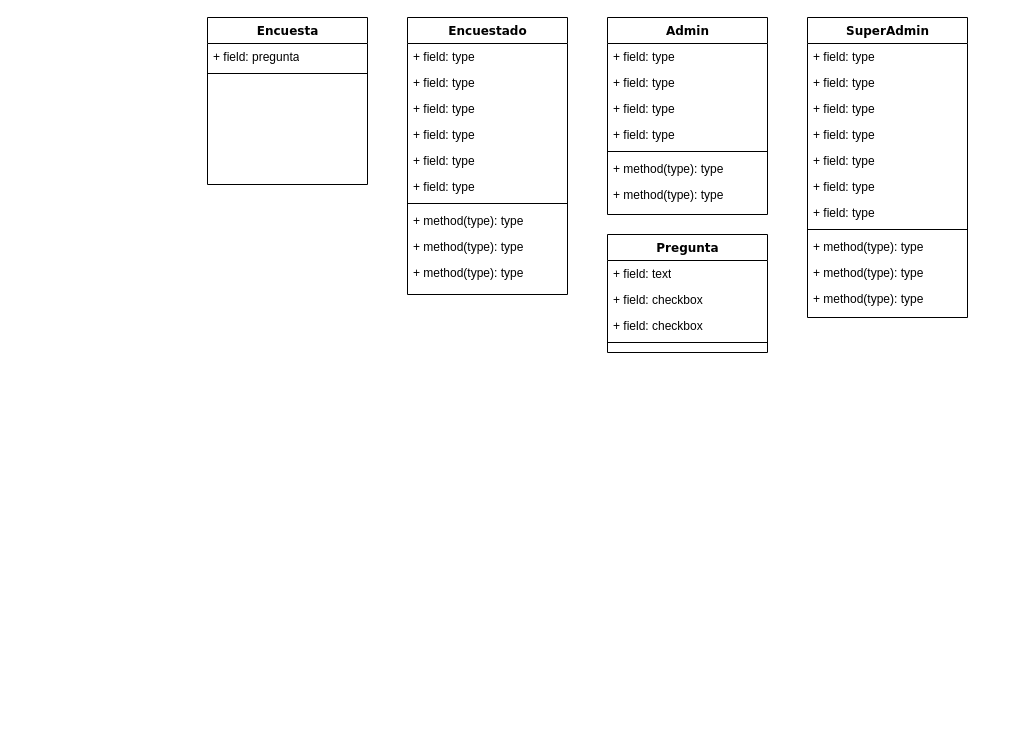
The draw.io diagram Diagrama sin título.drawio in cuerojr/analytics-google, before the edit. Source tidied: cells renumbered, new cells numbered last; positions are measured from the earlier drawing's top-left corner, leaving out a move shared by most shapes. Both pictures are drawn from the tidied source at 100%, with x=0, y=0 at pixel (207, 17).
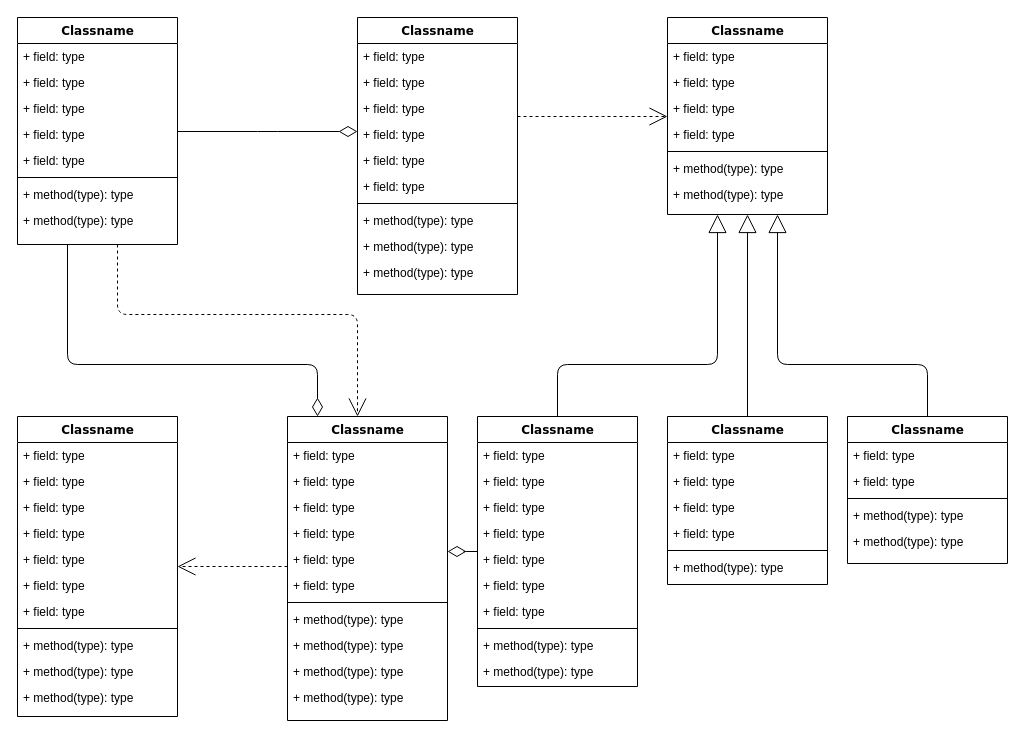
The same page after the edit.

Change to the diagram source:
```diff
@@
+    <mxCell id="41" style="edgeStyle=orthogonalEdgeStyle;html=1;labelBackgroundColor=none;startFill=0;startSize=8;endArrow=open;endFill=0;endSize=16;fontFamily=Verdana;fontSize=12;dashed=1;" parent="1" edge="1" source="2" target="36">
+      <mxGeometry relative="1" as="geometry">
+        <Array as="points">
+          <mxPoint x="-90" y="297" />
+          <mxPoint x="150" y="297" />
+        </Array>
+      </mxGeometry>
+    </mxCell>
+    <mxCell id="42" style="edgeStyle=orthogonalEdgeStyle;html=1;labelBackgroundColor=none;startFill=0;startSize=8;endArrow=diamondThin;endFill=0;endSize=16;fontFamily=Verdana;fontSize=12;" parent="1" edge="1" source="2" target="36">
+      <mxGeometry relative="1" as="geometry">
+        <Array as="points">
+          <mxPoint x="-140" y="347" />
+          <mxPoint x="110" y="347" />
+        </Array>
+      </mxGeometry>
+    </mxCell>
-    <mxCell id="2" value="Encuesta" style="swimlane;html=1;fontStyle=1;align=center;verticalAlign=top;horizontal=1;startSize=26;swimlaneFillColor=#ffffff;rounded=0;shadow=0;comic=0;labelBackgroundColor=none;strokeWidth=1;fillColor=none;fontFamily=Verdana;fontSize=12;" parent="1" vertex="1">
-      <mxGeometry width="160" height="167" as="geometry" />
+    <mxCell id="2" value="Classname" style="swimlane;html=1;fontStyle=1;align=center;verticalAlign=top;horizontal=1;startSize=26;swimlaneFillColor=#ffffff;rounded=0;shadow=0;comic=0;labelBackgroundColor=none;strokeWidth=1;fillColor=none;fontFamily=Verdana;fontSize=12;" parent="1" vertex="1">
+      <mxGeometry x="-190" width="160" height="227" as="geometry" />
     </mxCell>
+    <mxCell id="43" value="+ field: type" style="text;html=1;strokeColor=none;fillColor=none;align=left;verticalAlign=top;spacingLeft=4;spacingRight=4;whiteSpace=wrap;overflow=hidden;" parent="2" vertex="1">
+      <mxGeometry y="26" width="160" height="26" as="geometry" />
+    </mxCell>
-    <mxCell id="3" value="+ field: pregunta" style="text;html=1;strokeColor=none;fillColor=none;align=left;verticalAlign=top;spacingLeft=4;spacingRight=4;whiteSpace=wrap;overflow=hidden;" parent="2" vertex="1">
-      <mxGeometry y="26" width="160" height="26" as="geometry" />
+    <mxCell id="3" value="+ field: type" style="text;html=1;strokeColor=none;fillColor=none;align=left;verticalAlign=top;spacingLeft=4;spacingRight=4;whiteSpace=wrap;overflow=hidden;" parent="2" vertex="1">
+      <mxGeometry y="52" width="160" height="26" as="geometry" />
     </mxCell>
+    <mxCell id="44" value="+ field: type" style="text;html=1;strokeColor=none;fillColor=none;align=left;verticalAlign=top;spacingLeft=4;spacingRight=4;whiteSpace=wrap;overflow=hidden;" parent="2" vertex="1">
+      <mxGeometry y="78" width="160" height="26" as="geometry" />
+    </mxCell>
+    <mxCell id="45" value="+ field: type" style="text;html=1;strokeColor=none;fillColor=none;align=left;verticalAlign=top;spacingLeft=4;spacingRight=4;whiteSpace=wrap;overflow=hidden;" parent="2" vertex="1">
+      <mxGeometry y="104" width="160" height="26" as="geometry" />
+    </mxCell>
+    <mxCell id="46" value="+ field: type" style="text;html=1;strokeColor=none;fillColor=none;align=left;verticalAlign=top;spacingLeft=4;spacingRight=4;whiteSpace=wrap;overflow=hidden;" parent="2" vertex="1">
+      <mxGeometry y="130" width="160" height="26" as="geometry" />
+    </mxCell>
     <mxCell id="4" style="line;html=1;strokeWidth=1;fillColor=none;align=left;verticalAlign=middle;spacingTop=-1;spacingLeft=3;spacingRight=3;labelPosition=right;" parent="2" vertex="1">
-      <mxGeometry y="52" width="160" height="8" as="geometry" />
+      <mxGeometry y="156" width="160" height="8" as="geometry" />
     </mxCell>
+    <mxCell id="47" value="+ method(type): type" style="text;html=1;strokeColor=none;fillColor=none;align=left;verticalAlign=top;spacingLeft=4;spacingRight=4;whiteSpace=wrap;overflow=hidden;" parent="2" vertex="1">
+      <mxGeometry y="164" width="160" height="26" as="geometry" />
+    </mxCell>
+    <mxCell id="48" value="+ method(type): type" style="text;html=1;strokeColor=none;fillColor=none;align=left;verticalAlign=top;spacingLeft=4;spacingRight=4;whiteSpace=wrap;overflow=hidden;" parent="2" vertex="1">
+      <mxGeometry y="190" width="160" height="26" as="geometry" />
+    </mxCell>
+    <mxCell id="49" style="edgeStyle=elbowEdgeStyle;html=1;labelBackgroundColor=none;startFill=0;startSize=8;endArrow=open;endFill=0;endSize=16;fontFamily=Verdana;fontSize=12;elbow=vertical;dashed=1;" parent="1" edge="1" source="5" target="16">
+      <mxGeometry relative="1" as="geometry" />
+    </mxCell>
-    <mxCell id="5" value="Encuestado" style="swimlane;html=1;fontStyle=1;align=center;verticalAlign=top;horizontal=1;startSize=26;swimlaneFillColor=#ffffff;rounded=0;shadow=0;comic=0;labelBackgroundColor=none;strokeWidth=1;fillColor=none;fontFamily=Verdana;fontSize=12;" parent="1" vertex="1">
-      <mxGeometry x="200" width="160" height="277" as="geometry" />
+    <mxCell id="5" value="Classname" style="swimlane;html=1;fontStyle=1;align=center;verticalAlign=top;horizontal=1;startSize=26;swimlaneFillColor=#ffffff;rounded=0;shadow=0;comic=0;labelBackgroundColor=none;strokeWidth=1;fillColor=none;fontFamily=Verdana;fontSize=12;" parent="1" vertex="1">
+      <mxGeometry x="150" width="160" height="277" as="geometry" />
     </mxCell>
@@
-    <mxCell id="16" value="Admin" style="swimlane;html=1;fontStyle=1;align=center;verticalAlign=top;horizontal=1;startSize=26;swimlaneFillColor=#ffffff;rounded=0;shadow=0;comic=0;labelBackgroundColor=none;strokeWidth=1;fillColor=none;fontFamily=Verdana;fontSize=12;" parent="1" vertex="1">
-      <mxGeometry x="400" width="160" height="197" as="geometry" />
+    <mxCell id="16" value="Classname" style="swimlane;html=1;fontStyle=1;align=center;verticalAlign=top;horizontal=1;startSize=26;swimlaneFillColor=#ffffff;rounded=0;shadow=0;comic=0;labelBackgroundColor=none;strokeWidth=1;fillColor=none;fontFamily=Verdana;fontSize=12;" parent="1" vertex="1">
+      <mxGeometry x="460" width="160" height="197" as="geometry" />
     </mxCell>
@@
+    <mxCell id="50" style="edgeStyle=elbowEdgeStyle;html=1;labelBackgroundColor=none;startFill=0;startSize=8;endArrow=open;endFill=0;endSize=16;fontFamily=Verdana;fontSize=12;elbow=vertical;dashed=1;" parent="1" edge="1" source="36" target="24">
+      <mxGeometry relative="1" as="geometry" />
+    </mxCell>
-    <mxCell id="24" value="SuperAdmin" style="swimlane;html=1;fontStyle=1;align=center;verticalAlign=top;horizontal=1;startSize=26;swimlaneFillColor=#ffffff;rounded=0;shadow=0;comic=0;labelBackgroundColor=none;strokeWidth=1;fillColor=none;fontFamily=Verdana;fontSize=12;" parent="1" vertex="1">
-      <mxGeometry x="600" width="160" height="300" as="geometry" />
+    <mxCell id="24" value="Classname" style="swimlane;html=1;fontStyle=1;align=center;verticalAlign=top;horizontal=1;startSize=26;swimlaneFillColor=#ffffff;rounded=0;shadow=0;comic=0;labelBackgroundColor=none;strokeWidth=1;fillColor=none;fontFamily=Verdana;fontSize=12;" parent="1" vertex="1">
+      <mxGeometry x="-190" y="399" width="160" height="300" as="geometry" />
     </mxCell>
@@
+    <mxCell id="51" style="edgeStyle=elbowEdgeStyle;html=1;labelBackgroundColor=none;startFill=0;startSize=8;endArrow=diamondThin;endFill=0;endSize=16;fontFamily=Verdana;fontSize=12;elbow=vertical;" parent="1" edge="1" source="61" target="36">
+      <mxGeometry relative="1" as="geometry" />
+    </mxCell>
-    <mxCell id="36" value="Pregunta" style="swimlane;html=1;fontStyle=1;align=center;verticalAlign=top;horizontal=1;startSize=26;swimlaneFillColor=#ffffff;rounded=0;shadow=0;comic=0;labelBackgroundColor=none;strokeWidth=1;fillColor=none;fontFamily=Verdana;fontSize=12;" parent="1" vertex="1">
-      <mxGeometry x="400" y="217" width="160" height="118" as="geometry" />
+    <mxCell id="36" value="Classname" style="swimlane;html=1;fontStyle=1;align=center;verticalAlign=top;horizontal=1;startSize=26;swimlaneFillColor=#ffffff;rounded=0;shadow=0;comic=0;labelBackgroundColor=none;strokeWidth=1;fillColor=none;fontFamily=Verdana;fontSize=12;" parent="1" vertex="1">
+      <mxGeometry x="80" y="399" width="160" height="304" as="geometry" />
     </mxCell>
-    <mxCell id="37" value="+ field: text" style="text;html=1;strokeColor=none;fillColor=none;align=left;verticalAlign=top;spacingLeft=4;spacingRight=4;whiteSpace=wrap;overflow=hidden;" parent="36" vertex="1">
+    <mxCell id="37" value="+ field: type" style="text;html=1;strokeColor=none;fillColor=none;align=left;verticalAlign=top;spacingLeft=4;spacingRight=4;whiteSpace=wrap;overflow=hidden;" parent="36" vertex="1">
       <mxGeometry y="26" width="160" height="26" as="geometry" />
     </mxCell>
-    <mxCell id="38" value="+ field: checkbox" style="text;html=1;strokeColor=none;fillColor=none;align=left;verticalAlign=top;spacingLeft=4;spacingRight=4;whiteSpace=wrap;overflow=hidden;" parent="36" vertex="1">
+    <mxCell id="38" value="+ field: type" style="text;html=1;strokeColor=none;fillColor=none;align=left;verticalAlign=top;spacingLeft=4;spacingRight=4;whiteSpace=wrap;overflow=hidden;" parent="36" vertex="1">
       <mxGeometry y="52" width="160" height="26" as="geometry" />
     </mxCell>
-    <mxCell id="39" value="+ field: checkbox" style="text;html=1;strokeColor=none;fillColor=none;align=left;verticalAlign=top;spacingLeft=4;spacingRight=4;whiteSpace=wrap;overflow=hidden;" parent="36" vertex="1">
-      <mxGeometry y="78" width="160" height="26" as="geometry" />
-    </mxCell>
+    <mxCell id="52" value="+ field: type" style="text;html=1;strokeColor=none;fillColor=none;align=left;verticalAlign=top;spacingLeft=4;spacingRight=4;whiteSpace=wrap;overflow=hidden;" parent="36" vertex="1">
+      <mxGeometry y="78" width="160" height="26" as="geometry" />
+    </mxCell>
+    <mxCell id="53" value="+ field: type" style="text;html=1;strokeColor=none;fillColor=none;align=left;verticalAlign=top;spacingLeft=4;spacingRight=4;whiteSpace=wrap;overflow=hidden;" parent="36" vertex="1">
+      <mxGeometry y="104" width="160" height="26" as="geometry" />
+    </mxCell>
+    <mxCell id="54" value="+ field: type" style="text;html=1;strokeColor=none;fillColor=none;align=left;verticalAlign=top;spacingLeft=4;spacingRight=4;whiteSpace=wrap;overflow=hidden;" parent="36" vertex="1">
+      <mxGeometry y="130" width="160" height="26" as="geometry" />
+    </mxCell>
+    <mxCell id="55" value="+ field: type" style="text;html=1;strokeColor=none;fillColor=none;align=left;verticalAlign=top;spacingLeft=4;spacingRight=4;whiteSpace=wrap;overflow=hidden;" parent="36" vertex="1">
+      <mxGeometry y="156" width="160" height="26" as="geometry" />
+    </mxCell>
     <mxCell id="40" style="line;html=1;strokeWidth=1;fillColor=none;align=left;verticalAlign=middle;spacingTop=-1;spacingLeft=3;spacingRight=3;labelPosition=right;" parent="36" vertex="1">
-      <mxGeometry y="104" width="160" height="8" as="geometry" />
+      <mxGeometry y="182" width="160" height="8" as="geometry" />
     </mxCell>
+    <mxCell id="56" value="+ method(type): type" style="text;html=1;strokeColor=none;fillColor=none;align=left;verticalAlign=top;spacingLeft=4;spacingRight=4;whiteSpace=wrap;overflow=hidden;" parent="36" vertex="1">
+      <mxGeometry y="190" width="160" height="26" as="geometry" />
+    </mxCell>
+    <mxCell id="57" value="+ method(type): type" style="text;html=1;strokeColor=none;fillColor=none;align=left;verticalAlign=top;spacingLeft=4;spacingRight=4;whiteSpace=wrap;overflow=hidden;" parent="36" vertex="1">
+      <mxGeometry y="216" width="160" height="26" as="geometry" />
+    </mxCell>
+    <mxCell id="58" value="+ method(type): type" style="text;html=1;strokeColor=none;fillColor=none;align=left;verticalAlign=top;spacingLeft=4;spacingRight=4;whiteSpace=wrap;overflow=hidden;" parent="36" vertex="1">
+      <mxGeometry y="242" width="160" height="26" as="geometry" />
+    </mxCell>
+    <mxCell id="59" value="+ method(type): type" style="text;html=1;strokeColor=none;fillColor=none;align=left;verticalAlign=top;spacingLeft=4;spacingRight=4;whiteSpace=wrap;overflow=hidden;" parent="36" vertex="1">
+      <mxGeometry y="268" width="160" height="26" as="geometry" />
+    </mxCell>
+    <mxCell id="60" style="edgeStyle=orthogonalEdgeStyle;html=1;labelBackgroundColor=none;startFill=0;startSize=8;endArrow=block;endFill=0;endSize=16;fontFamily=Verdana;fontSize=12;" parent="1" edge="1" source="61" target="16">
+      <mxGeometry relative="1" as="geometry">
+        <Array as="points">
+          <mxPoint x="350" y="347" />
+          <mxPoint x="510" y="347" />
+        </Array>
+      </mxGeometry>
+    </mxCell>
+    <mxCell id="61" value="Classname" style="swimlane;html=1;fontStyle=1;align=center;verticalAlign=top;horizontal=1;startSize=26;swimlaneFillColor=#ffffff;rounded=0;shadow=0;comic=0;labelBackgroundColor=none;strokeWidth=1;fillColor=none;fontFamily=Verdana;fontSize=12;" parent="1" vertex="1">
+      <mxGeometry x="270" y="399" width="160" height="270" as="geometry" />
+    </mxCell>
+    <mxCell id="62" value="+ field: type" style="text;html=1;strokeColor=none;fillColor=none;align=left;verticalAlign=top;spacingLeft=4;spacingRight=4;whiteSpace=wrap;overflow=hidden;" parent="61" vertex="1">
+      <mxGeometry y="26" width="160" height="26" as="geometry" />
+    </mxCell>
+    <mxCell id="63" value="+ field: type" style="text;html=1;strokeColor=none;fillColor=none;align=left;verticalAlign=top;spacingLeft=4;spacingRight=4;whiteSpace=wrap;overflow=hidden;" parent="61" vertex="1">
+      <mxGeometry y="52" width="160" height="26" as="geometry" />
+    </mxCell>
+    <mxCell id="64" value="+ field: type" style="text;html=1;strokeColor=none;fillColor=none;align=left;verticalAlign=top;spacingLeft=4;spacingRight=4;whiteSpace=wrap;overflow=hidden;" parent="61" vertex="1">
+      <mxGeometry y="78" width="160" height="26" as="geometry" />
+    </mxCell>
+    <mxCell id="65" value="+ field: type" style="text;html=1;strokeColor=none;fillColor=none;align=left;verticalAlign=top;spacingLeft=4;spacingRight=4;whiteSpace=wrap;overflow=hidden;" parent="61" vertex="1">
+      <mxGeometry y="104" width="160" height="26" as="geometry" />
+    </mxCell>
+    <mxCell id="66" value="+ field: type" style="text;html=1;strokeColor=none;fillColor=none;align=left;verticalAlign=top;spacingLeft=4;spacingRight=4;whiteSpace=wrap;overflow=hidden;" parent="61" vertex="1">
+      <mxGeometry y="130" width="160" height="26" as="geometry" />
+    </mxCell>
+    <mxCell id="67" value="+ field: type" style="text;html=1;strokeColor=none;fillColor=none;align=left;verticalAlign=top;spacingLeft=4;spacingRight=4;whiteSpace=wrap;overflow=hidden;" parent="61" vertex="1">
+      <mxGeometry y="156" width="160" height="26" as="geometry" />
+    </mxCell>
+    <mxCell id="68" value="+ field: type" style="text;html=1;strokeColor=none;fillColor=none;align=left;verticalAlign=top;spacingLeft=4;spacingRight=4;whiteSpace=wrap;overflow=hidden;" parent="61" vertex="1">
+      <mxGeometry y="182" width="160" height="26" as="geometry" />
+    </mxCell>
+    <mxCell id="69" style="line;html=1;strokeWidth=1;fillColor=none;align=left;verticalAlign=middle;spacingTop=-1;spacingLeft=3;spacingRight=3;labelPosition=right;" parent="61" vertex="1">
+      <mxGeometry y="208" width="160" height="8" as="geometry" />
+    </mxCell>
+    <mxCell id="70" value="+ method(type): type" style="text;html=1;strokeColor=none;fillColor=none;align=left;verticalAlign=top;spacingLeft=4;spacingRight=4;whiteSpace=wrap;overflow=hidden;" parent="61" vertex="1">
+      <mxGeometry y="216" width="160" height="26" as="geometry" />
+    </mxCell>
+    <mxCell id="71" value="+ method(type): type" style="text;html=1;strokeColor=none;fillColor=none;align=left;verticalAlign=top;spacingLeft=4;spacingRight=4;whiteSpace=wrap;overflow=hidden;" parent="61" vertex="1">
+      <mxGeometry y="242" width="160" height="26" as="geometry" />
+    </mxCell>
+    <mxCell id="72" style="edgeStyle=orthogonalEdgeStyle;html=1;labelBackgroundColor=none;startFill=0;startSize=8;endArrow=block;endFill=0;endSize=16;fontFamily=Verdana;fontSize=12;" parent="1" edge="1" source="73" target="16">
+      <mxGeometry relative="1" as="geometry" />
+    </mxCell>
+    <mxCell id="73" value="Classname" style="swimlane;html=1;fontStyle=1;align=center;verticalAlign=top;horizontal=1;startSize=26;swimlaneFillColor=#ffffff;rounded=0;shadow=0;comic=0;labelBackgroundColor=none;strokeWidth=1;fillColor=none;fontFamily=Verdana;fontSize=12;" parent="1" vertex="1">
+      <mxGeometry x="460" y="399" width="160" height="168" as="geometry" />
+    </mxCell>
+    <mxCell id="74" value="+ field: type" style="text;html=1;strokeColor=none;fillColor=none;align=left;verticalAlign=top;spacingLeft=4;spacingRight=4;whiteSpace=wrap;overflow=hidden;" parent="73" vertex="1">
+      <mxGeometry y="26" width="160" height="26" as="geometry" />
+    </mxCell>
+    <mxCell id="75" value="+ field: type" style="text;html=1;strokeColor=none;fillColor=none;align=left;verticalAlign=top;spacingLeft=4;spacingRight=4;whiteSpace=wrap;overflow=hidden;" parent="73" vertex="1">
+      <mxGeometry y="52" width="160" height="26" as="geometry" />
+    </mxCell>
+    <mxCell id="76" value="+ field: type" style="text;html=1;strokeColor=none;fillColor=none;align=left;verticalAlign=top;spacingLeft=4;spacingRight=4;whiteSpace=wrap;overflow=hidden;" parent="73" vertex="1">
+      <mxGeometry y="78" width="160" height="26" as="geometry" />
+    </mxCell>
+    <mxCell id="77" value="+ field: type" style="text;html=1;strokeColor=none;fillColor=none;align=left;verticalAlign=top;spacingLeft=4;spacingRight=4;whiteSpace=wrap;overflow=hidden;" parent="73" vertex="1">
+      <mxGeometry y="104" width="160" height="26" as="geometry" />
+    </mxCell>
+    <mxCell id="78" style="line;html=1;strokeWidth=1;fillColor=none;align=left;verticalAlign=middle;spacingTop=-1;spacingLeft=3;spacingRight=3;labelPosition=right;" parent="73" vertex="1">
+      <mxGeometry y="130" width="160" height="8" as="geometry" />
+    </mxCell>
+    <mxCell id="79" value="+ method(type): type" style="text;html=1;strokeColor=none;fillColor=none;align=left;verticalAlign=top;spacingLeft=4;spacingRight=4;whiteSpace=wrap;overflow=hidden;" parent="73" vertex="1">
+      <mxGeometry y="138" width="160" height="26" as="geometry" />
+    </mxCell>
+    <mxCell id="80" style="edgeStyle=orthogonalEdgeStyle;html=1;labelBackgroundColor=none;startFill=0;startSize=8;endArrow=block;endFill=0;endSize=16;fontFamily=Verdana;fontSize=12;" parent="1" edge="1" source="81" target="16">
+      <mxGeometry relative="1" as="geometry">
+        <Array as="points">
+          <mxPoint x="720" y="347" />
+          <mxPoint x="570" y="347" />
+        </Array>
+      </mxGeometry>
+    </mxCell>
+    <mxCell id="81" value="Classname" style="swimlane;html=1;fontStyle=1;align=center;verticalAlign=top;horizontal=1;startSize=26;swimlaneFillColor=#ffffff;rounded=0;shadow=0;comic=0;labelBackgroundColor=none;strokeWidth=1;fillColor=none;fontFamily=Verdana;fontSize=12;" parent="1" vertex="1">
+      <mxGeometry x="640" y="399" width="160" height="147" as="geometry" />
+    </mxCell>
+    <mxCell id="82" value="+ field: type" style="text;html=1;strokeColor=none;fillColor=none;align=left;verticalAlign=top;spacingLeft=4;spacingRight=4;whiteSpace=wrap;overflow=hidden;" parent="81" vertex="1">
+      <mxGeometry y="26" width="160" height="26" as="geometry" />
+    </mxCell>
+    <mxCell id="83" value="+ field: type" style="text;html=1;strokeColor=none;fillColor=none;align=left;verticalAlign=top;spacingLeft=4;spacingRight=4;whiteSpace=wrap;overflow=hidden;" parent="81" vertex="1">
+      <mxGeometry y="52" width="160" height="26" as="geometry" />
+    </mxCell>
+    <mxCell id="84" style="line;html=1;strokeWidth=1;fillColor=none;align=left;verticalAlign=middle;spacingTop=-1;spacingLeft=3;spacingRight=3;labelPosition=right;" parent="81" vertex="1">
+      <mxGeometry y="78" width="160" height="8" as="geometry" />
+    </mxCell>
+    <mxCell id="85" value="+ method(type): type" style="text;html=1;strokeColor=none;fillColor=none;align=left;verticalAlign=top;spacingLeft=4;spacingRight=4;whiteSpace=wrap;overflow=hidden;" parent="81" vertex="1">
+      <mxGeometry y="86" width="160" height="26" as="geometry" />
+    </mxCell>
+    <mxCell id="86" value="+ method(type): type" style="text;html=1;strokeColor=none;fillColor=none;align=left;verticalAlign=top;spacingLeft=4;spacingRight=4;whiteSpace=wrap;overflow=hidden;" parent="81" vertex="1">
+      <mxGeometry y="112" width="160" height="26" as="geometry" />
+    </mxCell>
+    <mxCell id="87" style="edgeStyle=elbowEdgeStyle;html=1;labelBackgroundColor=none;startFill=0;startSize=8;endArrow=diamondThin;endFill=0;endSize=16;fontFamily=Verdana;fontSize=12;elbow=vertical;" parent="1" edge="1" source="2" target="5">
+      <mxGeometry relative="1" as="geometry" />
+    </mxCell>
```
